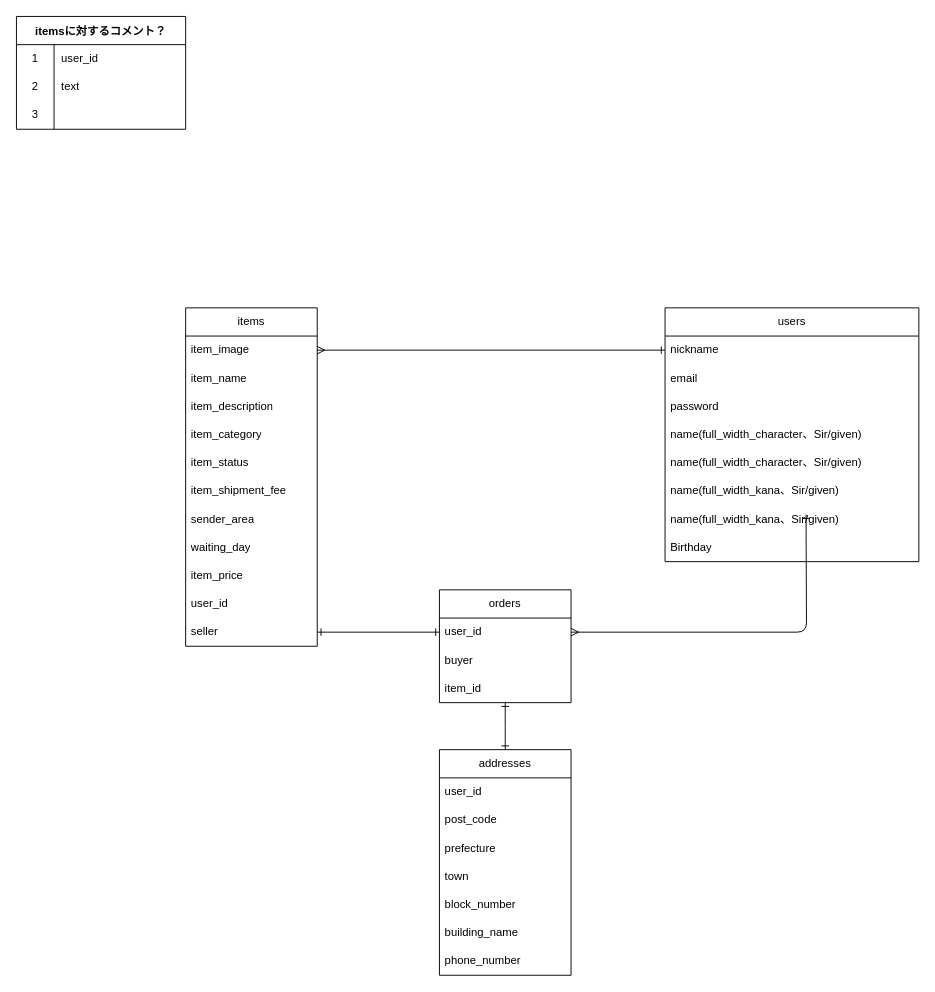
Earlier version of the draw.io diagram table.dio (natsumi1651/furima-39606). Source tidied: cells renumbered, new cells numbered last; positions are measured from the earlier drawing's top-left corner, leaving out a move shared by most shapes. Both pictures are drawn from the tidied source at 94%, with x=0, y=0 at pixel (16, 16).
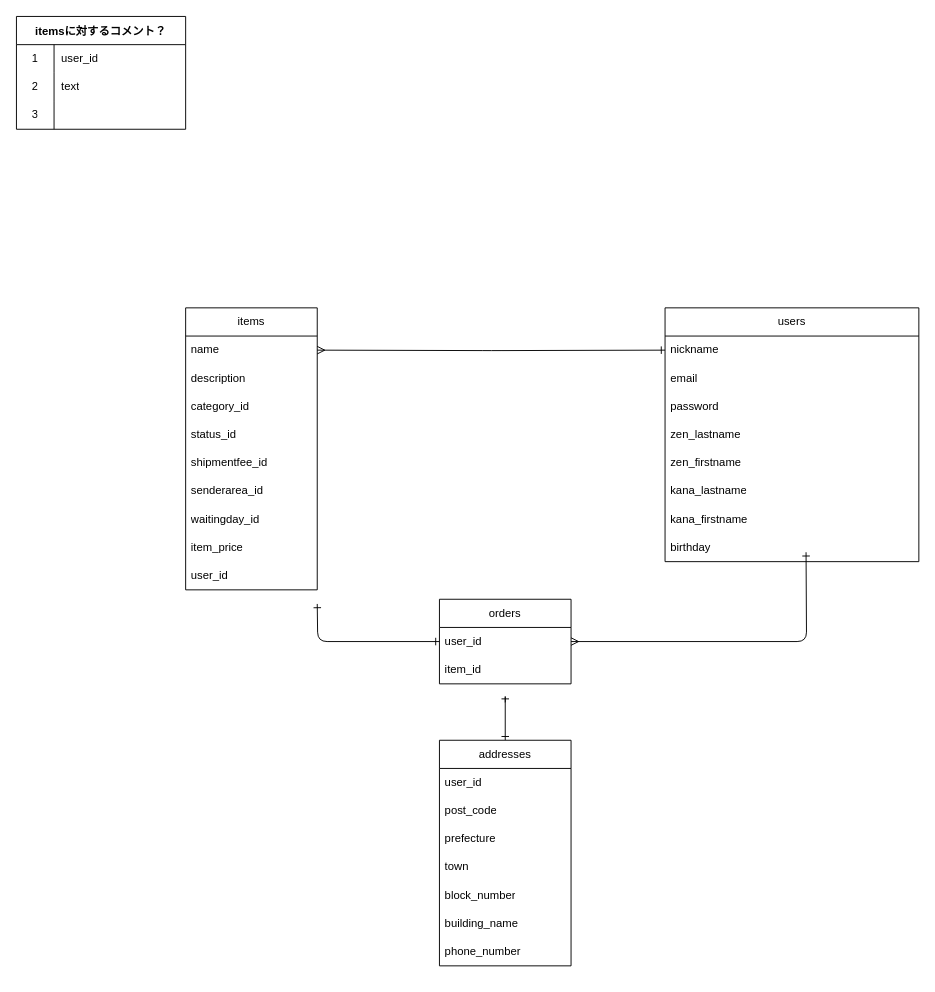
The same diagram, later.

Commit message (it also covers changes not shown here):
ER図修正しました

The change refers to these unchanged cells:
```xml
<mxCell id="14" value="users" style="swimlane;fontStyle=0;horizontal=1;startSize=30;whiteSpace=wrap;html=1;" parent="1" vertex="1">
  <mxGeometry x="690" y="310" width="270" height="270" as="geometry" />
</mxCell>
<mxCell id="15" value="nickname" style="text;strokeColor=none;fillColor=none;align=left;verticalAlign=middle;spacingLeft=4;spacingRight=4;overflow=hidden;points=[[0,0.5],[1,0.5]];portConstraint=eastwest;whiteSpace=wrap;html=1;" parent="14" vertex="1">
  <mxGeometry y="30" width="270" height="30" as="geometry" />
</mxCell>
<mxCell id="24" value="user_id" style="text;strokeColor=none;fillColor=none;align=left;verticalAlign=middle;spacingLeft=4;spacingRight=4;overflow=hidden;points=[[0,0.5],[1,0.5]];portConstraint=eastwest;whiteSpace=wrap;html=1;" parent="23" vertex="1">
  <mxGeometry y="30" width="140" height="30" as="geometry" />
</mxCell>
```

Diff of the diagram source:
```diff
@@
     <mxCell id="2" value="items" style="swimlane;fontStyle=0;horizontal=1;startSize=30;whiteSpace=wrap;html=1;" parent="1" vertex="1">
-      <mxGeometry x="180" y="310" width="140" height="360" as="geometry" />
+      <mxGeometry x="180" y="310" width="140" height="300" as="geometry" />
     </mxCell>
-    <mxCell id="3" value="item_image" style="text;strokeColor=none;fillColor=none;align=left;verticalAlign=middle;spacingLeft=4;spacingRight=4;overflow=hidden;points=[[0,0.5],[1,0.5]];portConstraint=eastwest;whiteSpace=wrap;html=1;" parent="2" vertex="1">
-      <mxGeometry y="30" width="140" height="30" as="geometry" />
-    </mxCell>
-    <mxCell id="4" value="item_name" style="text;strokeColor=none;fillColor=none;align=left;verticalAlign=middle;spacingLeft=4;spacingRight=4;overflow=hidden;whiteSpace=wrap;html=1;" parent="2" vertex="1">
-      <mxGeometry y="60" width="140" height="30" as="geometry" />
+    <mxCell id="4" value="name" style="text;strokeColor=none;fillColor=none;align=left;verticalAlign=middle;spacingLeft=4;spacingRight=4;overflow=hidden;whiteSpace=wrap;html=1;" parent="2" vertex="1">
+      <mxGeometry y="30" width="140" height="30" as="geometry" />
     </mxCell>
-    <mxCell id="5" value="item_description" style="text;strokeColor=none;fillColor=none;align=left;verticalAlign=middle;spacingLeft=4;spacingRight=4;overflow=hidden;whiteSpace=wrap;html=1;" parent="2" vertex="1">
-      <mxGeometry y="90" width="140" height="30" as="geometry" />
+    <mxCell id="5" value="description" style="text;strokeColor=none;fillColor=none;align=left;verticalAlign=middle;spacingLeft=4;spacingRight=4;overflow=hidden;whiteSpace=wrap;html=1;" parent="2" vertex="1">
+      <mxGeometry y="60" width="140" height="30" as="geometry" />
     </mxCell>
-    <mxCell id="6" value="item_category" style="text;strokeColor=none;fillColor=none;align=left;verticalAlign=middle;spacingLeft=4;spacingRight=4;overflow=hidden;whiteSpace=wrap;html=1;" parent="2" vertex="1">
-      <mxGeometry y="120" width="140" height="30" as="geometry" />
+    <mxCell id="6" value="category_id" style="text;strokeColor=none;fillColor=none;align=left;verticalAlign=middle;spacingLeft=4;spacingRight=4;overflow=hidden;whiteSpace=wrap;html=1;" parent="2" vertex="1">
+      <mxGeometry y="90" width="140" height="30" as="geometry" />
     </mxCell>
-    <mxCell id="7" value="item_status" style="text;strokeColor=none;fillColor=none;align=left;verticalAlign=middle;spacingLeft=4;spacingRight=4;overflow=hidden;whiteSpace=wrap;html=1;" parent="2" vertex="1">
-      <mxGeometry y="150" width="140" height="30" as="geometry" />
+    <mxCell id="7" value="status_id" style="text;strokeColor=none;fillColor=none;align=left;verticalAlign=middle;spacingLeft=4;spacingRight=4;overflow=hidden;whiteSpace=wrap;html=1;" parent="2" vertex="1">
+      <mxGeometry y="120" width="140" height="30" as="geometry" />
     </mxCell>
-    <mxCell id="8" value="item_shipment_fee" style="text;strokeColor=none;fillColor=none;align=left;verticalAlign=middle;spacingLeft=4;spacingRight=4;overflow=hidden;whiteSpace=wrap;html=1;" parent="2" vertex="1">
-      <mxGeometry y="180" width="140" height="30" as="geometry" />
+    <mxCell id="8" value="shipmentfee_id" style="text;strokeColor=none;fillColor=none;align=left;verticalAlign=middle;spacingLeft=4;spacingRight=4;overflow=hidden;whiteSpace=wrap;html=1;" parent="2" vertex="1">
+      <mxGeometry y="150" width="140" height="30" as="geometry" />
     </mxCell>
-    <mxCell id="9" value="sender_area" style="text;strokeColor=none;fillColor=none;align=left;verticalAlign=middle;spacingLeft=4;spacingRight=4;overflow=hidden;whiteSpace=wrap;html=1;" parent="2" vertex="1">
-      <mxGeometry y="210" width="140" height="30" as="geometry" />
+    <mxCell id="9" value="senderarea_id" style="text;strokeColor=none;fillColor=none;align=left;verticalAlign=middle;spacingLeft=4;spacingRight=4;overflow=hidden;whiteSpace=wrap;html=1;" parent="2" vertex="1">
+      <mxGeometry y="180" width="140" height="30" as="geometry" />
     </mxCell>
-    <mxCell id="10" value="waiting_day" style="text;strokeColor=none;fillColor=none;align=left;verticalAlign=middle;spacingLeft=4;spacingRight=4;overflow=hidden;whiteSpace=wrap;html=1;" parent="2" vertex="1">
-      <mxGeometry y="240" width="140" height="30" as="geometry" />
+    <mxCell id="10" value="waitingday_id" style="text;strokeColor=none;fillColor=none;align=left;verticalAlign=middle;spacingLeft=4;spacingRight=4;overflow=hidden;whiteSpace=wrap;html=1;" parent="2" vertex="1">
+      <mxGeometry y="210" width="140" height="30" as="geometry" />
     </mxCell>
     <mxCell id="11" value="item_price" style="text;strokeColor=none;fillColor=none;align=left;verticalAlign=middle;spacingLeft=4;spacingRight=4;overflow=hidden;whiteSpace=wrap;html=1;" parent="2" vertex="1">
-      <mxGeometry y="270" width="140" height="30" as="geometry" />
+      <mxGeometry y="240" width="140" height="30" as="geometry" />
     </mxCell>
     <mxCell id="12" value="user_id" style="text;strokeColor=none;fillColor=none;align=left;verticalAlign=middle;spacingLeft=4;spacingRight=4;overflow=hidden;whiteSpace=wrap;html=1;" parent="2" vertex="1">
-      <mxGeometry y="300" width="140" height="30" as="geometry" />
+      <mxGeometry y="270" width="140" height="30" as="geometry" />
     </mxCell>
-    <mxCell id="13" value="seller" style="text;strokeColor=none;fillColor=none;align=left;verticalAlign=middle;spacingLeft=4;spacingRight=4;overflow=hidden;points=[[0,0.5],[1,0.5]];portConstraint=eastwest;whiteSpace=wrap;html=1;" parent="2" vertex="1">
-      <mxGeometry y="330" width="140" height="30" as="geometry" />
-    </mxCell>
@@
-    <mxCell id="18" value="name(full_width_character、Sir/given)" style="text;strokeColor=none;fillColor=none;align=left;verticalAlign=middle;spacingLeft=4;spacingRight=4;overflow=hidden;whiteSpace=wrap;html=1;" parent="14" vertex="1">
+    <mxCell id="18" value="zen_lastname" style="text;strokeColor=none;fillColor=none;align=left;verticalAlign=middle;spacingLeft=4;spacingRight=4;overflow=hidden;whiteSpace=wrap;html=1;" parent="14" vertex="1">
       <mxGeometry y="120" width="270" height="30" as="geometry" />
     </mxCell>
-    <mxCell id="19" value="name(full_width_character、Sir/given)" style="text;strokeColor=none;fillColor=none;align=left;verticalAlign=middle;spacingLeft=4;spacingRight=4;overflow=hidden;whiteSpace=wrap;html=1;" parent="14" vertex="1">
+    <mxCell id="19" value="zen_firstname" style="text;strokeColor=none;fillColor=none;align=left;verticalAlign=middle;spacingLeft=4;spacingRight=4;overflow=hidden;whiteSpace=wrap;html=1;" parent="14" vertex="1">
       <mxGeometry y="150" width="270" height="30" as="geometry" />
     </mxCell>
-    <mxCell id="20" value="name(full_width_kana、Sir/given)" style="text;strokeColor=none;fillColor=none;align=left;verticalAlign=middle;spacingLeft=4;spacingRight=4;overflow=hidden;whiteSpace=wrap;html=1;" parent="14" vertex="1">
+    <mxCell id="20" value="kana_lastname" style="text;strokeColor=none;fillColor=none;align=left;verticalAlign=middle;spacingLeft=4;spacingRight=4;overflow=hidden;whiteSpace=wrap;html=1;" parent="14" vertex="1">
       <mxGeometry y="180" width="270" height="30" as="geometry" />
     </mxCell>
-    <mxCell id="21" value="name(full_width_kana、Sir/given)" style="text;strokeColor=none;fillColor=none;align=left;verticalAlign=middle;spacingLeft=4;spacingRight=4;overflow=hidden;whiteSpace=wrap;html=1;" parent="14" vertex="1">
+    <mxCell id="21" value="kana_firstname" style="text;strokeColor=none;fillColor=none;align=left;verticalAlign=middle;spacingLeft=4;spacingRight=4;overflow=hidden;whiteSpace=wrap;html=1;" parent="14" vertex="1">
       <mxGeometry y="210" width="270" height="30" as="geometry" />
     </mxCell>
-    <mxCell id="22" value="Birthday" style="text;strokeColor=none;fillColor=none;align=left;verticalAlign=middle;spacingLeft=4;spacingRight=4;overflow=hidden;whiteSpace=wrap;html=1;" parent="14" vertex="1">
+    <mxCell id="22" value="birthday" style="text;strokeColor=none;fillColor=none;align=left;verticalAlign=middle;spacingLeft=4;spacingRight=4;overflow=hidden;whiteSpace=wrap;html=1;" parent="14" vertex="1">
       <mxGeometry y="240" width="270" height="30" as="geometry" />
     </mxCell>
     <mxCell id="23" value="orders" style="swimlane;fontStyle=0;horizontal=1;startSize=30;whiteSpace=wrap;html=1;" parent="1" vertex="1">
-      <mxGeometry x="450" y="610" width="140" height="120" as="geometry" />
+      <mxGeometry x="450" y="620" width="140" height="90" as="geometry" />
     </mxCell>
@@
-    <mxCell id="25" value="buyer" style="text;strokeColor=none;fillColor=none;align=left;verticalAlign=middle;spacingLeft=4;spacingRight=4;overflow=hidden;whiteSpace=wrap;html=1;" parent="23" vertex="1">
-      <mxGeometry y="60" width="140" height="30" as="geometry" />
-    </mxCell>
     <mxCell id="26" value="item_id" style="text;strokeColor=none;fillColor=none;align=left;verticalAlign=middle;spacingLeft=4;spacingRight=4;overflow=hidden;whiteSpace=wrap;html=1;" parent="23" vertex="1">
-      <mxGeometry y="90" width="140" height="30" as="geometry" />
+      <mxGeometry y="60" width="140" height="30" as="geometry" />
     </mxCell>
     <mxCell id="27" style="edgeStyle=orthogonalEdgeStyle;html=1;startArrow=ERone;startFill=0;endArrow=ERone;endFill=0;" parent="1" edge="1" source="28">
       <mxGeometry relative="1" as="geometry">
         <mxPoint x="520" y="730" as="targetPoint" />
+        <Array as="points">
+          <mxPoint x="520" y="720" />
+          <mxPoint x="520" y="720" />
+        </Array>
       </mxGeometry>
     </mxCell>
     <mxCell id="28" value="addresses" style="swimlane;fontStyle=0;horizontal=1;startSize=30;whiteSpace=wrap;html=1;" parent="1" vertex="1">
-      <mxGeometry x="450" y="780" width="140" height="240" as="geometry" />
+      <mxGeometry x="450" y="770" width="140" height="240" as="geometry" />
     </mxCell>
@@
-    <mxCell id="46" style="edgeStyle=orthogonalEdgeStyle;html=1;exitX=1;exitY=0.5;exitDx=0;exitDy=0;startArrow=ERmany;startFill=0;endArrow=ERone;endFill=0;" parent="1" edge="1" source="3" target="15">
-      <mxGeometry relative="1" as="geometry" />
+    <mxCell id="46" style="edgeStyle=orthogonalEdgeStyle;html=1;exitX=1;exitY=0.5;exitDx=0;exitDy=0;startArrow=ERmany;startFill=0;endArrow=ERone;endFill=0;" parent="1" edge="1" target="15">
+      <mxGeometry relative="1" as="geometry">
+        <mxPoint x="320" y="355" as="sourcePoint" />
+      </mxGeometry>
     </mxCell>
     <mxCell id="47" style="edgeStyle=orthogonalEdgeStyle;html=1;exitX=1;exitY=0.5;exitDx=0;exitDy=0;startArrow=ERmany;startFill=0;endArrow=ERone;endFill=0;" parent="1" edge="1" source="24">
       <mxGeometry relative="1" as="geometry">
-        <mxPoint x="840" y="530" as="targetPoint" />
+        <mxPoint x="840" y="570" as="targetPoint" />
       </mxGeometry>
     </mxCell>
-    <mxCell id="48" style="edgeStyle=orthogonalEdgeStyle;html=1;exitX=1;exitY=0.5;exitDx=0;exitDy=0;entryX=0;entryY=0.5;entryDx=0;entryDy=0;startArrow=ERone;startFill=0;endArrow=ERone;endFill=0;" parent="1" edge="1" source="13" target="24">
-      <mxGeometry relative="1" as="geometry" />
+    <mxCell id="48" style="edgeStyle=orthogonalEdgeStyle;html=1;exitX=1;exitY=0.5;exitDx=0;exitDy=0;entryX=0;entryY=0.5;entryDx=0;entryDy=0;startArrow=ERone;startFill=0;endArrow=ERone;endFill=0;" parent="1" edge="1" target="24">
+      <mxGeometry relative="1" as="geometry">
+        <mxPoint x="320" y="625" as="sourcePoint" />
+      </mxGeometry>
     </mxCell>
```
